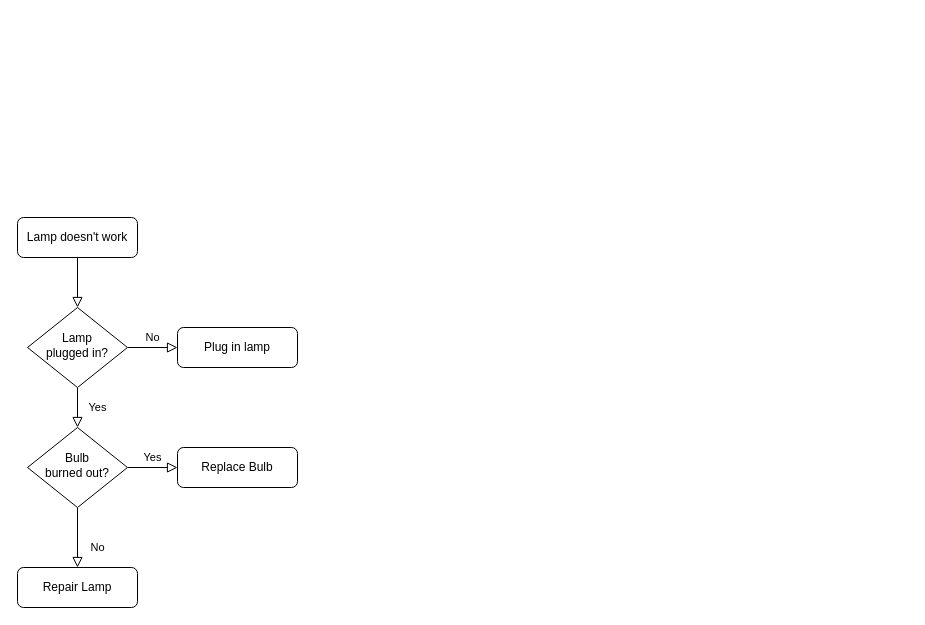
This is 数据泄露&丢失应急方案.drawio from hongweilv-whu/flowCharts, a draw.io file, before an edit. Source tidied: cells renumbered, new cells numbered last; positions are measured from the earlier drawing's top-left corner, leaving out a move shared by most shapes. Both pictures are drawn from the tidied source at 100%, with x=0, y=0 at pixel (17, 217).
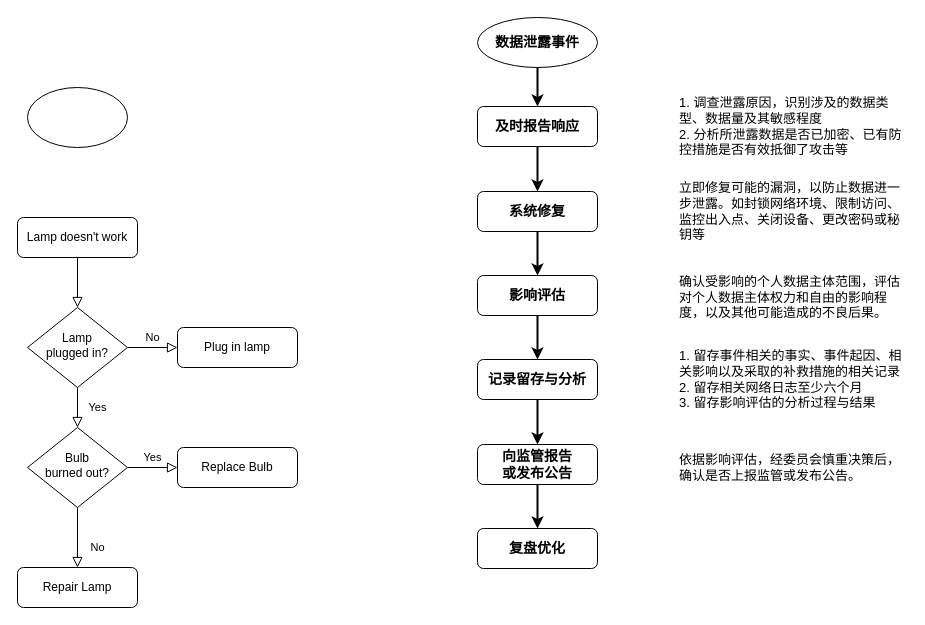
Above is the later version.

Commit message:
更新数据泄露&丢失应急方案.drawio

What changed in the source:
```diff
@@
+    <mxCell id="13" style="strokeWidth=1;html=1;shape=mxgraph.flowchart.start_1;whiteSpace=wrap;" parent="1" vertex="1">
+      <mxGeometry x="10" y="-130" width="100" height="60" as="geometry" />
+    </mxCell>
+    <mxCell id="14" style="edgeStyle=orthogonalEdgeStyle;rounded=0;jettySize=auto;html=1;exitX=0.5;exitY=1;exitDx=0;exitDy=0;strokeWidth=2;fontFamily=Helvetica;fontSize=14;" parent="1" edge="1" source="15" target="19">
+      <mxGeometry relative="1" as="geometry" />
+    </mxCell>
+    <mxCell id="15" value="&lt;font style=&quot;font-size: 14px;&quot;&gt;&lt;b&gt;及时报告响应&lt;/b&gt;&lt;/font&gt;" style="rounded=1;whiteSpace=wrap;html=1;fontSize=12;glass=0;strokeWidth=1;shadow=0;" parent="1" vertex="1">
+      <mxGeometry x="460" y="-111" width="120" height="40" as="geometry" />
+    </mxCell>
+    <mxCell id="16" style="edgeStyle=orthogonalEdgeStyle;rounded=0;jettySize=auto;html=1;exitX=0.5;exitY=1;exitDx=0;exitDy=0;exitPerimeter=0;fontFamily=Helvetica;fontSize=14;strokeWidth=2;" parent="1" edge="1" source="17" target="15">
+      <mxGeometry relative="1" as="geometry" />
+    </mxCell>
+    <mxCell id="17" value="&lt;font style=&quot;font-size: 14px;&quot;&gt;&lt;b style=&quot;&quot;&gt;数据泄露事件&lt;/b&gt;&lt;/font&gt;" style="strokeWidth=1;html=1;shape=mxgraph.flowchart.start_1;whiteSpace=wrap;" parent="1" vertex="1">
+      <mxGeometry x="460" y="-200" width="120" height="50" as="geometry" />
+    </mxCell>
+    <mxCell id="18" style="edgeStyle=orthogonalEdgeStyle;rounded=0;jettySize=auto;html=1;exitX=0.5;exitY=1;exitDx=0;exitDy=0;entryX=0.5;entryY=0;entryDx=0;entryDy=0;strokeWidth=2;fontFamily=Helvetica;fontSize=14;" parent="1" edge="1" source="19" target="21">
+      <mxGeometry relative="1" as="geometry" />
+    </mxCell>
+    <mxCell id="19" value="&lt;font style=&quot;font-size: 14px;&quot;&gt;&lt;b&gt;系统修复&lt;/b&gt;&lt;/font&gt;" style="rounded=1;whiteSpace=wrap;html=1;fontSize=12;glass=0;strokeWidth=1;shadow=0;" parent="1" vertex="1">
+      <mxGeometry x="460" y="-26" width="120" height="40" as="geometry" />
+    </mxCell>
+    <mxCell id="20" style="edgeStyle=orthogonalEdgeStyle;rounded=0;jettySize=auto;html=1;exitX=0.5;exitY=1;exitDx=0;exitDy=0;strokeWidth=2;fontFamily=Helvetica;fontSize=14;" parent="1" edge="1" source="21" target="23">
+      <mxGeometry relative="1" as="geometry" />
+    </mxCell>
+    <mxCell id="21" value="&lt;font style=&quot;font-size: 14px;&quot;&gt;&lt;b&gt;影响评估&lt;/b&gt;&lt;/font&gt;" style="rounded=1;whiteSpace=wrap;html=1;fontSize=12;glass=0;strokeWidth=1;shadow=0;" parent="1" vertex="1">
+      <mxGeometry x="460" y="58" width="120" height="40" as="geometry" />
+    </mxCell>
+    <mxCell id="22" style="edgeStyle=orthogonalEdgeStyle;rounded=0;jettySize=auto;html=1;exitX=0.5;exitY=1;exitDx=0;exitDy=0;entryX=0.5;entryY=0;entryDx=0;entryDy=0;strokeWidth=2;fontFamily=Helvetica;fontSize=14;" parent="1" edge="1" source="23" target="25">
+      <mxGeometry relative="1" as="geometry" />
+    </mxCell>
+    <mxCell id="23" value="&lt;font style=&quot;font-size: 14px;&quot;&gt;&lt;b&gt;记录留存与分析&lt;/b&gt;&lt;/font&gt;" style="rounded=1;whiteSpace=wrap;html=1;fontSize=12;glass=0;strokeWidth=1;shadow=0;" parent="1" vertex="1">
+      <mxGeometry x="460" y="142" width="120" height="40" as="geometry" />
+    </mxCell>
+    <mxCell id="24" style="edgeStyle=orthogonalEdgeStyle;rounded=0;jettySize=auto;html=1;exitX=0.5;exitY=1;exitDx=0;exitDy=0;strokeWidth=2;fontFamily=Helvetica;fontSize=14;" parent="1" edge="1" source="25" target="26">
+      <mxGeometry relative="1" as="geometry" />
+    </mxCell>
+    <mxCell id="25" value="&lt;font style=&quot;font-size: 14px;&quot;&gt;&lt;b&gt;向监管报告&lt;br&gt;或发布公告&lt;/b&gt;&lt;/font&gt;" style="rounded=1;whiteSpace=wrap;html=1;fontSize=12;glass=0;strokeWidth=1;shadow=0;" parent="1" vertex="1">
+      <mxGeometry x="460" y="227" width="120" height="40" as="geometry" />
+    </mxCell>
+    <mxCell id="26" value="&lt;span style=&quot;font-size: 14px;&quot;&gt;&lt;b&gt;复盘优化&lt;/b&gt;&lt;/span&gt;" style="rounded=1;whiteSpace=wrap;html=1;fontSize=12;glass=0;strokeWidth=1;shadow=0;" parent="1" vertex="1">
+      <mxGeometry x="460" y="311" width="120" height="40" as="geometry" />
+    </mxCell>
+    <mxCell id="27" value="&lt;font style=&quot;font-size: 13px;&quot;&gt;1. 调查泄露原因，识别涉及的数据类型、数据量及其敏感程度&lt;br style=&quot;font-size: 13px;&quot;&gt;2. 分析所泄露数据是否已加密、已有防控措施是否有效抵御了攻击等&lt;/font&gt;" style="rounded=1;whiteSpace=wrap;html=1;fontSize=13;glass=0;strokeWidth=1;shadow=0;align=left;strokeColor=none;" parent="1" vertex="1">
+      <mxGeometry x="660" y="-121" width="230" height="60" as="geometry" />
+    </mxCell>
+    <mxCell id="28" value="&lt;span style=&quot;font-size: 13px;&quot;&gt;立即修复可能的漏洞，以防止数据进一步泄露。如封锁网络环境、限制访问、监控出入点、关闭设备、更改密码或秘钥等&lt;/span&gt;" style="rounded=1;whiteSpace=wrap;html=1;fontSize=13;glass=0;strokeWidth=1;shadow=0;align=left;strokeColor=none;" parent="1" vertex="1">
+      <mxGeometry x="660" y="-36" width="230" height="60" as="geometry" />
+    </mxCell>
+    <mxCell id="29" value="确认受影响的个人数据主体范围，评估对个人数据主体权力和自由的影响程度，以及其他可能造成的不良后果。" style="rounded=1;whiteSpace=wrap;html=1;fontSize=13;glass=0;strokeWidth=1;shadow=0;align=left;strokeColor=none;" parent="1" vertex="1">
+      <mxGeometry x="660" y="50" width="230" height="60" as="geometry" />
+    </mxCell>
+    <mxCell id="30" value="1. 留存事件相关的事实、事件起因、相关影响以及采取的补救措施的相关记录&lt;br style=&quot;font-size: 13px;&quot;&gt;2. 留存相关网络日志至少六个月&lt;br style=&quot;font-size: 13px;&quot;&gt;3. 留存影响评估的分析过程与结果" style="rounded=1;whiteSpace=wrap;html=1;fontSize=13;glass=0;strokeWidth=1;shadow=0;align=left;strokeColor=none;" parent="1" vertex="1">
+      <mxGeometry x="660" y="132" width="230" height="60" as="geometry" />
+    </mxCell>
+    <mxCell id="31" value="依据影响评估，经委员会慎重决策后，确认是否上报监管或发布公告。" style="rounded=1;whiteSpace=wrap;html=1;fontSize=13;glass=0;strokeWidth=1;shadow=0;align=left;strokeColor=none;" parent="1" vertex="1">
+      <mxGeometry x="660" y="220" width="230" height="60" as="geometry" />
+    </mxCell>
```
